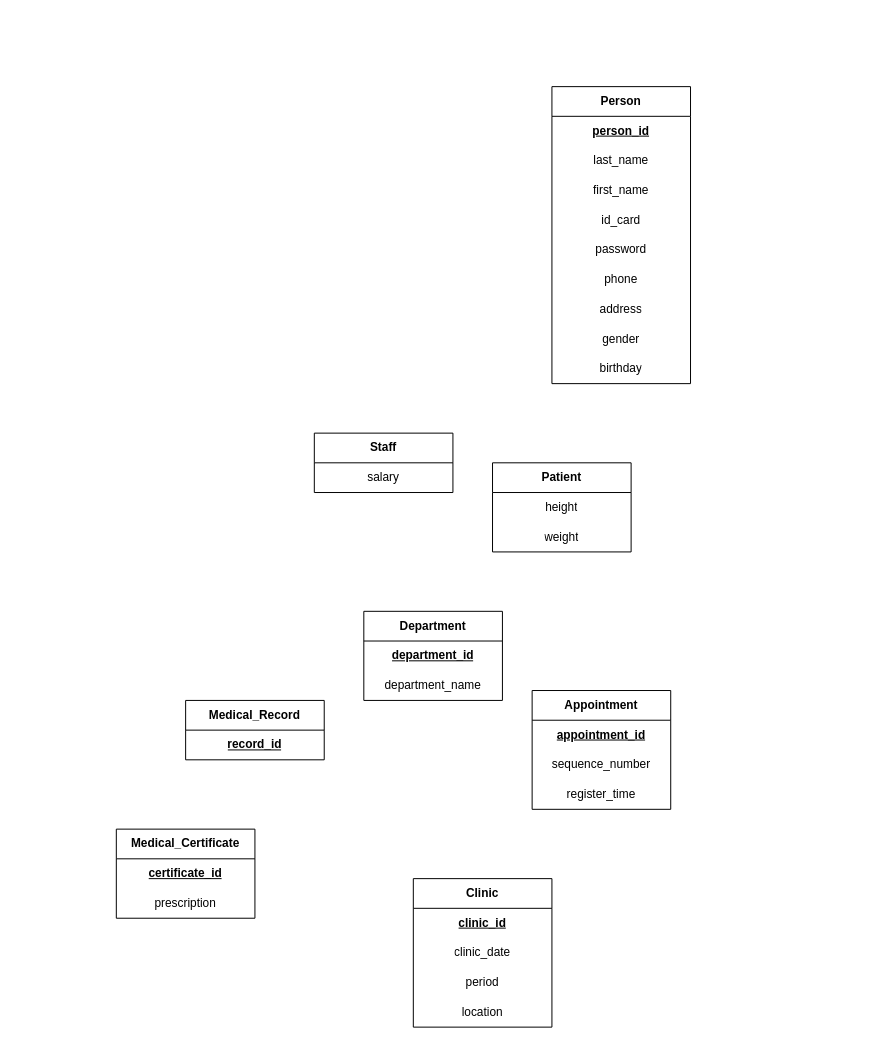
Earlier version of the draw.io diagram 第二次書面報告/ER-diagram.drawio (FSZ560/2024_DB_TermProject_Hospital). Source tidied: cells renumbered, new cells numbered last; positions are measured from the earlier drawing's top-left corner, leaving out a move shared by most shapes. Both pictures are drawn from the tidied source at 99%, with x=0, y=0 at pixel (116, 86).
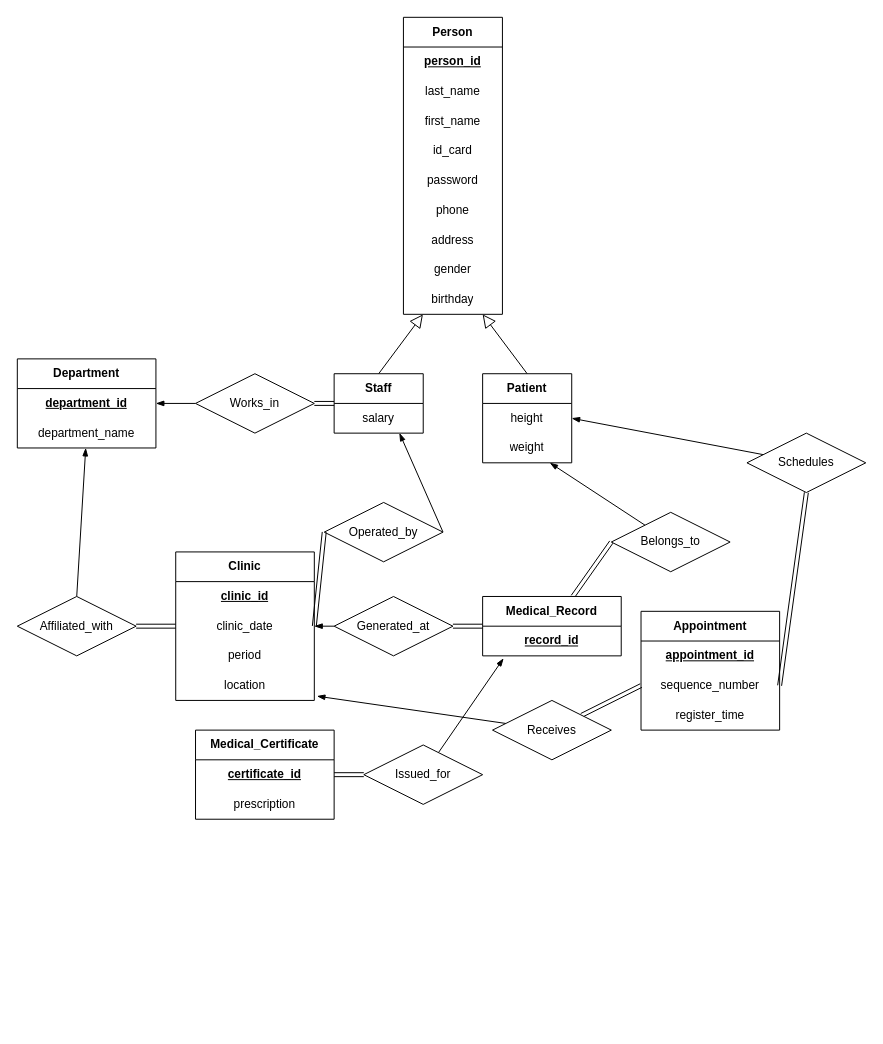
After the change.

Commit message:
add relation set

Unchanged cells that the change refers to:
```xml
<mxCell id="18" value="&lt;b&gt;&lt;u&gt;department_id&lt;/u&gt;&lt;/b&gt;" style="text;strokeColor=none;fillColor=none;align=center;verticalAlign=middle;spacingLeft=4;spacingRight=4;overflow=hidden;points=[[0,0.5],[1,0.5]];portConstraint=eastwest;whiteSpace=wrap;html=1;" parent="17" vertex="1">
  <mxGeometry y="30" width="140" height="30" as="geometry" />
</mxCell>
<mxCell id="19" value="department_name" style="text;strokeColor=none;fillColor=none;align=center;verticalAlign=middle;spacingLeft=4;spacingRight=4;overflow=hidden;points=[[0,0.5],[1,0.5]];portConstraint=eastwest;whiteSpace=wrap;html=1;" parent="17" vertex="1">
  <mxGeometry y="60" width="140" height="30" as="geometry" />
</mxCell>
<mxCell id="22" value="sequence_number" style="text;strokeColor=none;fillColor=none;align=center;verticalAlign=middle;spacingLeft=4;spacingRight=4;overflow=hidden;points=[[0,0.5],[1,0.5]];portConstraint=eastwest;whiteSpace=wrap;html=1;" parent="20" vertex="1">
  <mxGeometry y="60" width="140" height="30" as="geometry" />
</mxCell>
<mxCell id="26" value="clinic_date" style="text;strokeColor=none;fillColor=none;align=center;verticalAlign=middle;spacingLeft=4;spacingRight=4;overflow=hidden;points=[[0,0.5],[1,0.5]];portConstraint=eastwest;whiteSpace=wrap;html=1;" parent="24" vertex="1">
  <mxGeometry y="60" width="140" height="30" as="geometry" />
</mxCell>
<mxCell id="28" value="location" style="text;strokeColor=none;fillColor=none;align=center;verticalAlign=middle;spacingLeft=4;spacingRight=4;overflow=hidden;points=[[0,0.5],[1,0.5]];portConstraint=eastwest;whiteSpace=wrap;html=1;" parent="24" vertex="1">
  <mxGeometry y="120" width="140" height="30" as="geometry" />
</mxCell>
<mxCell id="30" value="&lt;b&gt;&lt;u&gt;record_id&lt;/u&gt;&lt;/b&gt;" style="text;strokeColor=none;fillColor=none;align=center;verticalAlign=middle;spacingLeft=4;spacingRight=4;overflow=hidden;points=[[0,0.5],[1,0.5]];portConstraint=eastwest;whiteSpace=wrap;html=1;" parent="29" vertex="1">
  <mxGeometry y="30" width="140" height="30" as="geometry" />
</mxCell>
<mxCell id="32" value="&lt;b&gt;&lt;u&gt;certificate_id&lt;/u&gt;&lt;/b&gt;" style="text;strokeColor=none;fillColor=none;align=center;verticalAlign=middle;spacingLeft=4;spacingRight=4;overflow=hidden;points=[[0,0.5],[1,0.5]];portConstraint=eastwest;whiteSpace=wrap;html=1;" parent="31" vertex="1">
  <mxGeometry y="30" width="140" height="30" as="geometry" />
</mxCell>
```

Change to the diagram source:
```diff
@@
     <mxCell id="2" value="&lt;b&gt;Person&lt;/b&gt;" style="swimlane;fontStyle=0;horizontal=1;startSize=30;whiteSpace=wrap;html=1;" parent="1" vertex="1">
-      <mxGeometry x="440" width="140" height="300" as="geometry" />
+      <mxGeometry x="290" y="-70" width="100" height="300" as="geometry" />
     </mxCell>
     <mxCell id="3" value="&lt;u&gt;&lt;b&gt;person_id&lt;/b&gt;&lt;/u&gt;" style="text;strokeColor=none;fillColor=none;align=center;verticalAlign=middle;spacingLeft=4;spacingRight=4;overflow=hidden;whiteSpace=wrap;html=1;" parent="2" vertex="1">
-      <mxGeometry y="30" width="140" height="30" as="geometry" />
+      <mxGeometry y="30" width="100" height="30" as="geometry" />
     </mxCell>
     <mxCell id="4" value="last_name" style="text;strokeColor=none;fillColor=none;align=center;verticalAlign=middle;spacingLeft=4;spacingRight=4;overflow=hidden;whiteSpace=wrap;html=1;" parent="2" vertex="1">
-      <mxGeometry y="60" width="140" height="30" as="geometry" />
+      <mxGeometry y="60" width="100" height="30" as="geometry" />
     </mxCell>
     <mxCell id="5" value="first_name" style="text;strokeColor=none;fillColor=none;align=center;verticalAlign=middle;spacingLeft=4;spacingRight=4;overflow=hidden;whiteSpace=wrap;html=1;" parent="2" vertex="1">
-      <mxGeometry y="90" width="140" height="30" as="geometry" />
+      <mxGeometry y="90" width="100" height="30" as="geometry" />
     </mxCell>
     <mxCell id="6" value="id_card" style="text;strokeColor=none;fillColor=none;align=center;verticalAlign=middle;spacingLeft=4;spacingRight=4;overflow=hidden;whiteSpace=wrap;html=1;" parent="2" vertex="1">
-      <mxGeometry y="120" width="140" height="30" as="geometry" />
+      <mxGeometry y="120" width="100" height="30" as="geometry" />
     </mxCell>
     <mxCell id="7" value="password" style="text;strokeColor=none;fillColor=none;align=center;verticalAlign=middle;spacingLeft=4;spacingRight=4;overflow=hidden;whiteSpace=wrap;html=1;" parent="2" vertex="1">
-      <mxGeometry y="150" width="140" height="30" as="geometry" />
+      <mxGeometry y="150" width="100" height="30" as="geometry" />
     </mxCell>
     <mxCell id="8" value="phone" style="text;strokeColor=none;fillColor=none;align=center;verticalAlign=middle;spacingLeft=4;spacingRight=4;overflow=hidden;whiteSpace=wrap;html=1;" parent="2" vertex="1">
-      <mxGeometry y="180" width="140" height="30" as="geometry" />
+      <mxGeometry y="180" width="100" height="30" as="geometry" />
     </mxCell>
     <mxCell id="9" value="address" style="text;strokeColor=none;fillColor=none;align=center;verticalAlign=middle;spacingLeft=4;spacingRight=4;overflow=hidden;whiteSpace=wrap;html=1;" parent="2" vertex="1">
-      <mxGeometry y="210" width="140" height="30" as="geometry" />
+      <mxGeometry y="210" width="100" height="30" as="geometry" />
     </mxCell>
     <mxCell id="10" value="gender" style="text;strokeColor=none;fillColor=none;align=center;verticalAlign=middle;spacingLeft=4;spacingRight=4;overflow=hidden;whiteSpace=wrap;html=1;" parent="2" vertex="1">
-      <mxGeometry y="240" width="140" height="30" as="geometry" />
+      <mxGeometry y="240" width="100" height="30" as="geometry" />
     </mxCell>
     <mxCell id="11" value="birthday" style="text;strokeColor=none;fillColor=none;align=center;verticalAlign=middle;spacingLeft=4;spacingRight=4;overflow=hidden;points=[[0,0.5],[1,0.5]];portConstraint=eastwest;whiteSpace=wrap;html=1;" parent="2" vertex="1">
-      <mxGeometry y="270" width="140" height="30" as="geometry" />
+      <mxGeometry y="270" width="100" height="30" as="geometry" />
     </mxCell>
+    <mxCell id="34" style="edgeStyle=none;html=1;exitX=0.5;exitY=0;exitDx=0;exitDy=0;entryX=0.197;entryY=1.002;entryDx=0;entryDy=0;fontFamily=Helvetica;fontSize=12;endArrow=block;endFill=0;endSize=11;entryPerimeter=0;" parent="1" edge="1" source="12" target="11">
+      <mxGeometry relative="1" as="geometry" />
+    </mxCell>
+    <mxCell id="35" style="edgeStyle=none;html=1;entryX=1;entryY=0.5;entryDx=0;entryDy=0;fontFamily=Helvetica;fontSize=12;endArrow=none;endFill=0;endSize=11;shape=link;" parent="1" edge="1" source="12" target="41">
+      <mxGeometry relative="1" as="geometry" />
+    </mxCell>
     <mxCell id="12" value="&lt;b&gt;Staff&lt;/b&gt;" style="swimlane;fontStyle=0;horizontal=1;startSize=30;whiteSpace=wrap;html=1;" parent="1" vertex="1">
-      <mxGeometry x="200" y="350" width="140" height="60" as="geometry" />
+      <mxGeometry x="220" y="290" width="90" height="60" as="geometry" />
     </mxCell>
     <mxCell id="13" value="salary" style="text;strokeColor=none;fillColor=none;align=center;verticalAlign=middle;spacingLeft=4;spacingRight=4;overflow=hidden;points=[[0,0.5],[1,0.5]];portConstraint=eastwest;whiteSpace=wrap;html=1;" parent="12" vertex="1">
-      <mxGeometry y="30" width="140" height="30" as="geometry" />
+      <mxGeometry y="30" width="90" height="30" as="geometry" />
     </mxCell>
+    <mxCell id="36" style="edgeStyle=none;html=1;exitX=0.5;exitY=0;exitDx=0;exitDy=0;entryX=0.8;entryY=1;entryDx=0;entryDy=0;entryPerimeter=0;fontFamily=Helvetica;fontSize=12;endArrow=block;endFill=0;endSize=11;" parent="1" edge="1" source="14" target="11">
+      <mxGeometry relative="1" as="geometry" />
+    </mxCell>
     <mxCell id="14" value="&lt;b&gt;Patient&lt;/b&gt;" style="swimlane;fontStyle=0;horizontal=1;startSize=30;whiteSpace=wrap;html=1;" parent="1" vertex="1">
-      <mxGeometry x="380" y="380" width="140" height="90" as="geometry" />
+      <mxGeometry x="370" y="290" width="90" height="90" as="geometry" />
     </mxCell>
     <mxCell id="15" value="height" style="text;strokeColor=none;fillColor=none;align=center;verticalAlign=middle;spacingLeft=4;spacingRight=4;overflow=hidden;points=[[0,0.5],[1,0.5]];portConstraint=eastwest;whiteSpace=wrap;html=1;" parent="14" vertex="1">
-      <mxGeometry y="30" width="140" height="30" as="geometry" />
+      <mxGeometry y="30" width="90" height="30" as="geometry" />
     </mxCell>
     <mxCell id="16" value="weight" style="text;strokeColor=none;fillColor=none;align=center;verticalAlign=middle;spacingLeft=4;spacingRight=4;overflow=hidden;points=[[0,0.5],[1,0.5]];portConstraint=eastwest;whiteSpace=wrap;html=1;" parent="14" vertex="1">
-      <mxGeometry y="60" width="140" height="30" as="geometry" />
+      <mxGeometry y="60" width="90" height="30" as="geometry" />
     </mxCell>
     <mxCell id="17" value="&lt;b&gt;Department&lt;/b&gt;" style="swimlane;fontStyle=0;horizontal=1;startSize=30;whiteSpace=wrap;html=1;" parent="1" vertex="1">
-      <mxGeometry x="250" y="530" width="140" height="90" as="geometry" />
+      <mxGeometry x="-100" y="275" width="140" height="90" as="geometry" />
     </mxCell>
@@
     <mxCell id="20" value="&lt;b&gt;Appointment&lt;/b&gt;" style="swimlane;fontStyle=0;horizontal=1;startSize=30;whiteSpace=wrap;html=1;" parent="1" vertex="1">
-      <mxGeometry x="420" y="610" width="140" height="120" as="geometry" />
+      <mxGeometry x="530" y="530" width="140" height="120" as="geometry" />
     </mxCell>
@@
+    <mxCell id="37" style="edgeStyle=none;html=1;entryX=1;entryY=0.5;entryDx=0;entryDy=0;fontFamily=Helvetica;fontSize=12;endArrow=none;endFill=0;shape=link;" parent="1" edge="1" source="24" target="43">
+      <mxGeometry relative="1" as="geometry" />
+    </mxCell>
     <mxCell id="24" value="&lt;b&gt;Clinic&lt;/b&gt;" style="swimlane;fontStyle=0;horizontal=1;startSize=30;whiteSpace=wrap;html=1;" parent="1" vertex="1">
-      <mxGeometry x="300" y="800" width="140" height="150" as="geometry" />
+      <mxGeometry x="60" y="470" width="140" height="150" as="geometry" />
     </mxCell>
@@
+    <mxCell id="38" style="edgeStyle=none;html=1;entryX=1;entryY=0.5;entryDx=0;entryDy=0;fontFamily=Helvetica;fontSize=12;endArrow=blockThin;endFill=1;shape=link;" parent="1" edge="1" source="29" target="50">
+      <mxGeometry relative="1" as="geometry" />
+    </mxCell>
+    <mxCell id="39" style="edgeStyle=none;shape=link;html=1;entryX=0;entryY=0.5;entryDx=0;entryDy=0;fontFamily=Helvetica;fontSize=12;endArrow=blockThin;endFill=1;" parent="1" edge="1" source="29" target="48">
+      <mxGeometry relative="1" as="geometry" />
+    </mxCell>
     <mxCell id="29" value="&lt;b&gt;Medical_Record&lt;/b&gt;" style="swimlane;fontStyle=0;horizontal=1;startSize=30;whiteSpace=wrap;html=1;" parent="1" vertex="1">
-      <mxGeometry x="70" y="620" width="140" height="60" as="geometry" />
+      <mxGeometry x="370" y="515" width="140" height="60" as="geometry" />
     </mxCell>
@@
     <mxCell id="31" value="&lt;b&gt;Medical_Certificate&lt;/b&gt;" style="swimlane;fontStyle=0;horizontal=1;startSize=30;whiteSpace=wrap;html=1;" parent="1" vertex="1">
-      <mxGeometry y="750" width="140" height="90" as="geometry" />
+      <mxGeometry x="80" y="650" width="140" height="90" as="geometry" />
     </mxCell>
@@
+    <mxCell id="40" style="edgeStyle=none;html=1;exitX=0;exitY=0.5;exitDx=0;exitDy=0;entryX=1;entryY=0.5;entryDx=0;entryDy=0;fontFamily=Helvetica;fontSize=12;endArrow=blockThin;endFill=1;" parent="1" edge="1" source="41" target="18">
+      <mxGeometry relative="1" as="geometry" />
+    </mxCell>
+    <mxCell id="41" value="Works_in" style="shape=rhombus;perimeter=rhombusPerimeter;whiteSpace=wrap;html=1;align=center;fontFamily=Helvetica;fontSize=12;" parent="1" vertex="1">
+      <mxGeometry x="80" y="290" width="120" height="60" as="geometry" />
+    </mxCell>
+    <mxCell id="42" style="edgeStyle=none;html=1;exitX=0.5;exitY=0;exitDx=0;exitDy=0;fontFamily=Helvetica;fontSize=12;endArrow=blockThin;endFill=1;" parent="1" edge="1" source="43" target="19">
+      <mxGeometry relative="1" as="geometry" />
+    </mxCell>
+    <mxCell id="43" value="&lt;span style=&quot;text-align: left;&quot;&gt;Affiliated_with&lt;/span&gt;" style="shape=rhombus;perimeter=rhombusPerimeter;whiteSpace=wrap;html=1;align=center;fontFamily=Helvetica;fontSize=12;" parent="1" vertex="1">
+      <mxGeometry x="-100" y="515" width="120" height="60" as="geometry" />
+    </mxCell>
+    <mxCell id="44" style="edgeStyle=none;html=1;entryX=0.733;entryY=0.996;entryDx=0;entryDy=0;entryPerimeter=0;fontFamily=Helvetica;fontSize=12;endArrow=blockThin;endFill=1;exitX=1;exitY=0.5;exitDx=0;exitDy=0;" parent="1" edge="1" source="45" target="13">
+      <mxGeometry relative="1" as="geometry" />
+    </mxCell>
+    <mxCell id="45" value="Operated_by" style="shape=rhombus;perimeter=rhombusPerimeter;whiteSpace=wrap;html=1;align=center;labelBackgroundColor=none;fontFamily=Helvetica;fontSize=12;" parent="1" vertex="1">
+      <mxGeometry x="210" y="420" width="120" height="60" as="geometry" />
+    </mxCell>
+    <mxCell id="46" style="edgeStyle=none;shape=link;html=1;entryX=0;entryY=0.5;entryDx=0;entryDy=0;fontFamily=Helvetica;fontSize=12;endArrow=none;endFill=0;exitX=1;exitY=0.5;exitDx=0;exitDy=0;" parent="1" edge="1" source="26" target="45">
+      <mxGeometry relative="1" as="geometry" />
+    </mxCell>
+    <mxCell id="47" style="edgeStyle=none;html=1;fontFamily=Helvetica;fontSize=12;endArrow=blockThin;endFill=1;" parent="1" edge="1" source="48" target="16">
+      <mxGeometry relative="1" as="geometry" />
+    </mxCell>
+    <mxCell id="48" value="Belongs_to" style="shape=rhombus;perimeter=rhombusPerimeter;whiteSpace=wrap;html=1;align=center;labelBackgroundColor=none;fontFamily=Helvetica;fontSize=12;" parent="1" vertex="1">
+      <mxGeometry x="500" y="430" width="120" height="60" as="geometry" />
+    </mxCell>
+    <mxCell id="49" style="edgeStyle=none;html=1;entryX=1;entryY=0.5;entryDx=0;entryDy=0;fontFamily=Helvetica;fontSize=12;endArrow=blockThin;endFill=1;" parent="1" edge="1" source="50" target="26">
+      <mxGeometry relative="1" as="geometry" />
+    </mxCell>
+    <mxCell id="50" value="Generated_at" style="shape=rhombus;perimeter=rhombusPerimeter;whiteSpace=wrap;html=1;align=center;labelBackgroundColor=none;fontFamily=Helvetica;fontSize=12;" parent="1" vertex="1">
+      <mxGeometry x="220" y="515" width="120" height="60" as="geometry" />
+    </mxCell>
+    <mxCell id="51" style="edgeStyle=none;html=1;entryX=0.151;entryY=1.082;entryDx=0;entryDy=0;entryPerimeter=0;fontFamily=Helvetica;fontSize=12;endArrow=blockThin;endFill=1;" parent="1" edge="1" source="53" target="30">
+      <mxGeometry relative="1" as="geometry" />
+    </mxCell>
+    <mxCell id="52" style="edgeStyle=none;html=1;exitX=0;exitY=0.5;exitDx=0;exitDy=0;entryX=1;entryY=0.5;entryDx=0;entryDy=0;fontFamily=Helvetica;fontSize=12;endArrow=blockThin;endFill=1;shape=link;" parent="1" edge="1" source="53" target="32">
+      <mxGeometry relative="1" as="geometry" />
+    </mxCell>
+    <mxCell id="53" value="Issued_for" style="shape=rhombus;perimeter=rhombusPerimeter;whiteSpace=wrap;html=1;align=center;labelBackgroundColor=none;fontFamily=Helvetica;fontSize=12;" parent="1" vertex="1">
+      <mxGeometry x="250" y="665" width="120" height="60" as="geometry" />
+    </mxCell>
+    <mxCell id="54" style="edgeStyle=none;html=1;entryX=1;entryY=0.5;entryDx=0;entryDy=0;fontFamily=Helvetica;fontSize=12;endArrow=blockThin;endFill=1;" parent="1" edge="1" source="55" target="15">
+      <mxGeometry relative="1" as="geometry" />
+    </mxCell>
+    <mxCell id="55" value="Schedules" style="shape=rhombus;perimeter=rhombusPerimeter;whiteSpace=wrap;html=1;align=center;labelBackgroundColor=none;fontFamily=Helvetica;fontSize=12;" parent="1" vertex="1">
+      <mxGeometry x="637" y="350" width="120" height="60" as="geometry" />
+    </mxCell>
+    <mxCell id="56" style="edgeStyle=none;html=1;entryX=1.019;entryY=0.856;entryDx=0;entryDy=0;entryPerimeter=0;fontFamily=Helvetica;fontSize=12;endArrow=blockThin;endFill=1;" parent="1" edge="1" source="58" target="28">
+      <mxGeometry relative="1" as="geometry" />
+    </mxCell>
+    <mxCell id="57" style="edgeStyle=none;shape=link;html=1;entryX=0;entryY=0.5;entryDx=0;entryDy=0;fontFamily=Helvetica;fontSize=12;endArrow=blockThin;endFill=1;" parent="1" edge="1" source="58" target="22">
+      <mxGeometry relative="1" as="geometry" />
+    </mxCell>
+    <mxCell id="58" value="Receives" style="shape=rhombus;perimeter=rhombusPerimeter;whiteSpace=wrap;html=1;align=center;labelBackgroundColor=none;fontFamily=Helvetica;fontSize=12;" parent="1" vertex="1">
+      <mxGeometry x="380" y="620" width="120" height="60" as="geometry" />
+    </mxCell>
+    <mxCell id="59" style="edgeStyle=none;html=1;entryX=0.5;entryY=1;entryDx=0;entryDy=0;fontFamily=Helvetica;fontSize=12;endArrow=blockThin;endFill=1;shape=link;exitX=1;exitY=0.5;exitDx=0;exitDy=0;" parent="1" edge="1" source="22" target="55">
+      <mxGeometry relative="1" as="geometry" />
+    </mxCell>
```
